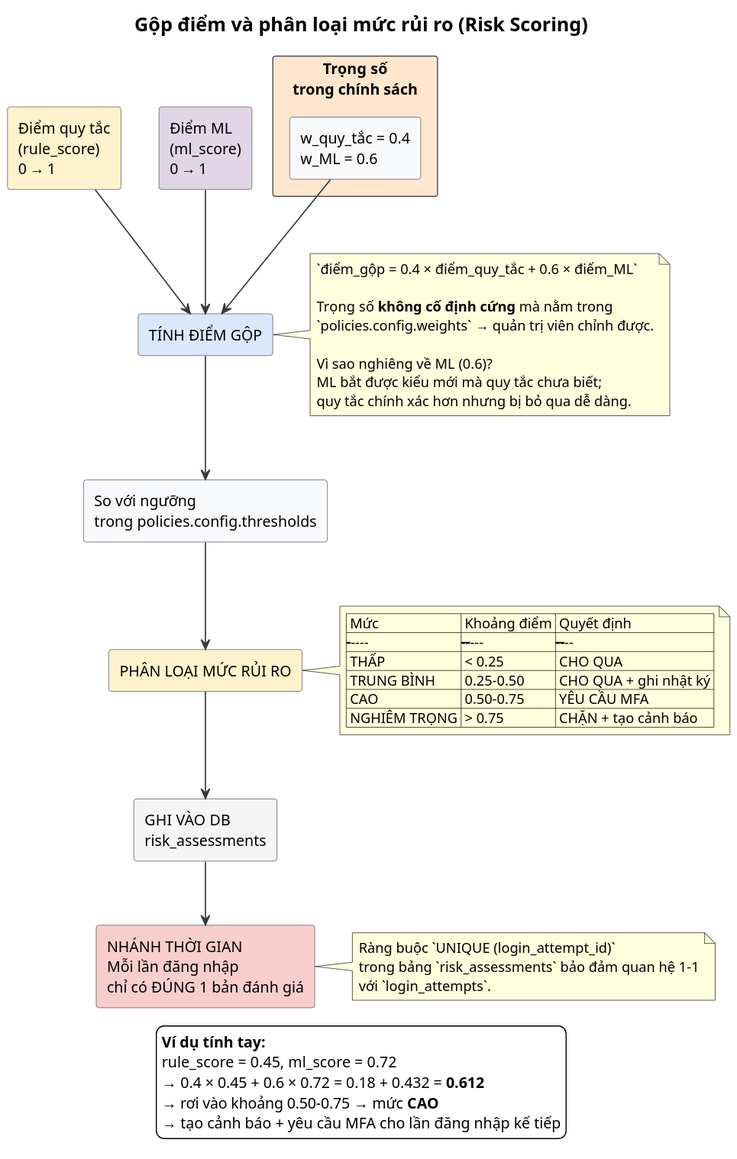
This is docs/diagrams/v3.3-detect/05-gop-diem-phan-loai.svg from Albert-Tuan/sentinel-auth, a PlantUML export, as it was before one commit.
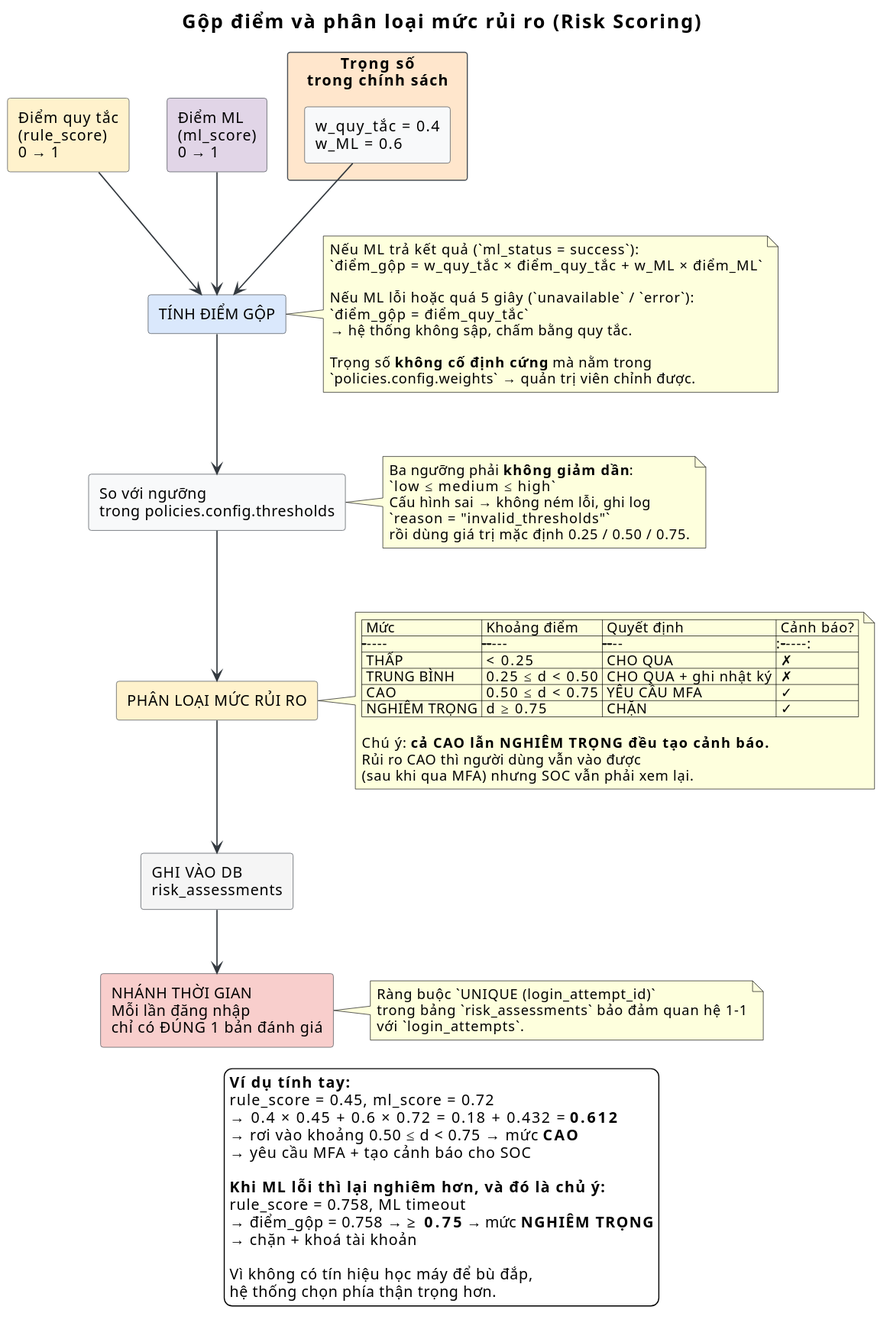
Later version of the same file.

The edit, as a diff of the source:
```diff
@@ -22,26 +22,38 @@
 
 rectangle "TÍNH ĐIỂM GỘP" as CALC #DAE8FC
 note right of CALC
-  `điểm_gộp = 0.4 × điểm_quy_tắc + 0.6 × điểm_ML`
+  Nếu ML trả kết quả (`ml_status = success`):
+  `điểm_gộp = w_quy_tắc × điểm_quy_tắc + w_ML × điểm_ML`
+
+  Nếu ML lỗi hoặc quá 5 giây (`unavailable` / `error`):
+  `điểm_gộp = điểm_quy_tắc`
+  → hệ thống không sập, chấm bằng quy tắc.
 
   Trọng số **không cố định cứng** mà nằm trong
   `policies.config.weights` → quản trị viên chỉnh được.
-
-  Vì sao nghiêng về ML (0.6)?
-  ML bắt được kiểu mới mà quy tắc chưa biết;
-  quy tắc chính xác hơn nhưng bị bỏ qua dễ dàng.
 end note
 
 rectangle "So với ngưỡng\ntrong policies.config.thresholds" as THR
+note right of THR
+  Ba ngưỡng phải **không giảm dần**:
+  `low ≤ medium ≤ high`
+  Cấu hình sai → không ném lỗi, ghi log
+  `reason = "invalid_thresholds"`
+  rồi dùng giá trị mặc định 0.25 / 0.50 / 0.75.
+end note
 
 rectangle "PHÂN LOẠI MỨC RỦI RO" as CLASS #FFF2CC
 note right of CLASS
-  | Mức     | Khoảng điểm | Quyết định |
-  |---------|-------------|------------|
-  | THẤP    | < 0.25      | CHO QUA   |
-  | TRUNG BÌNH | 0.25-0.50 | CHO QUA + ghi nhật ký |
-  | CAO     | 0.50-0.75   | YÊU CẦU MFA |
-  | NGHIÊM TRỌNG | > 0.75 | CHẶN + tạo cảnh báo |
+  | Mức     | Khoảng điểm | Quyết định | Cảnh báo? |
+  |---------|-------------|------------|:---------:|
+  | THẤP    | < 0.25      | CHO QUA   | ✗ |
+  | TRUNG BÌNH | 0.25 ≤ d < 0.50 | CHO QUA + ghi nhật ký | ✗ |
+  | CAO     | 0.50 ≤ d < 0.75 | YÊU CẦU MFA | ✓ |
+  | NGHIÊM TRỌNG | d ≥ 0.75 | CHẶN | ✓ |
+
+  Chú ý: **cả CAO lẫn NGHIÊM TRỌNG đều tạo cảnh báo.**
+  Rủi ro CAO thì người dùng vẫn vào được
+  (sau khi qua MFA) nhưng SOC vẫn phải xem lại.
 end note
 
 rectangle "GHI VÀO DB\nrisk_assessments" as SAVE #F5F5F5
@@ -65,7 +77,15 @@
 **Ví dụ tính tay:**
 rule_score = 0.45, ml_score = 0.72
 → 0.4 × 0.45 + 0.6 × 0.72 = 0.18 + 0.432 = **0.612**
-→ rơi vào khoảng 0.50-0.75 → mức **CAO**
-→ tạo cảnh báo + yêu cầu MFA cho lần đăng nhập kế tiếp
+→ rơi vào khoảng 0.50 ≤ d < 0.75 → mức **CAO**
+→ yêu cầu MFA + tạo cảnh báo cho SOC
+
+**Khi ML lỗi thì lại nghiêm hơn, và đó là chủ ý:**
+rule_score = 0.758, ML timeout
+→ điểm_gộp = 0.758 → **≥ 0.75** → mức **NGHIÊM TRỌNG**
+→ chặn + khoá tài khoản
+
+Vì không có tín hiệu học máy để bù đắp,
+hệ thống chọn phía thận trọng hơn.
 endlegend
 @enduml
```
